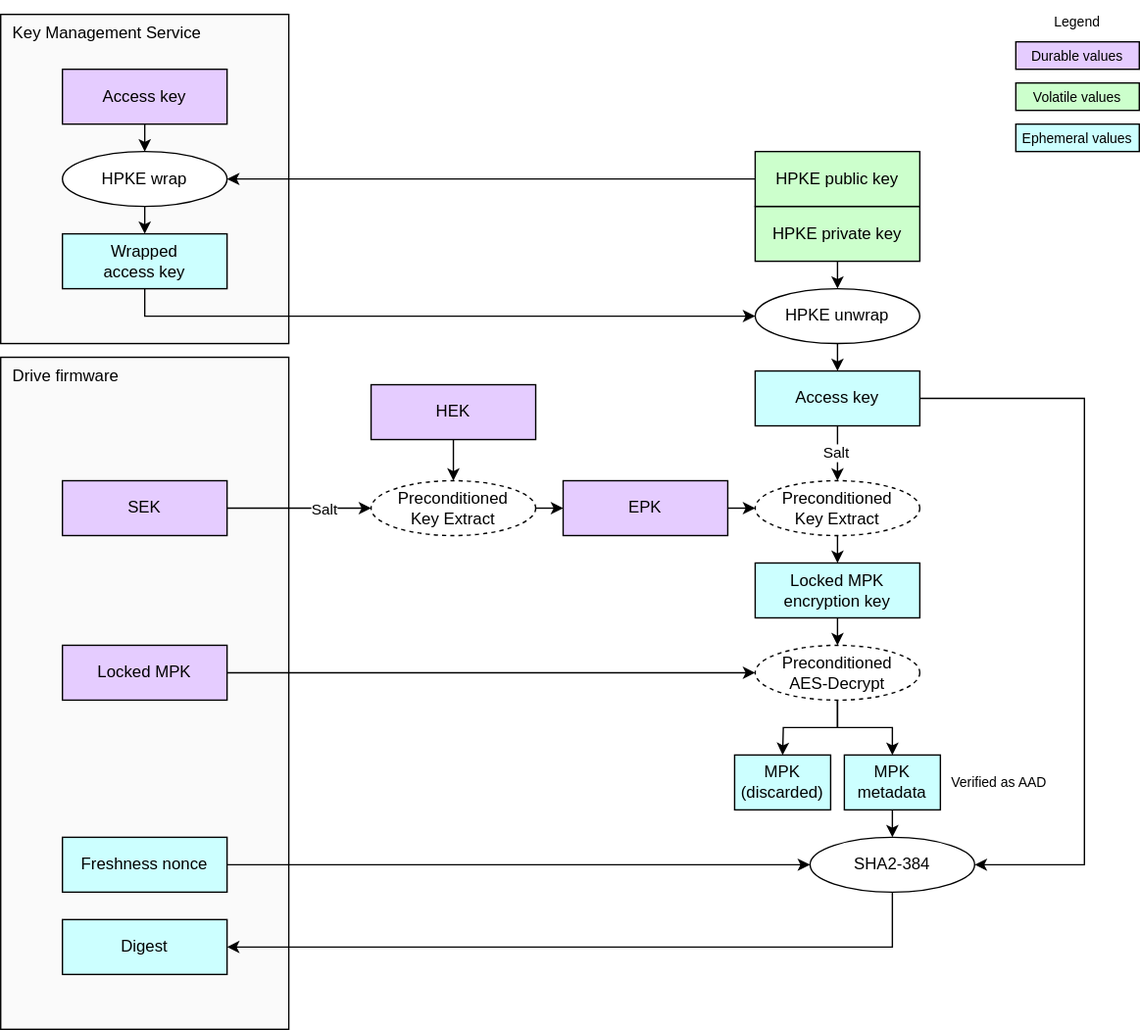
Before: doc/ocp_lock/diagrams/mpk_access_key_testing.drawio.svg, a diagram exported from draw.io (chipsalliance/Caliptra). Source tidied: cells renumbered, new cells last; positions are measured from the earlier drawing's top-left corner, leaving out a move shared by most shapes.
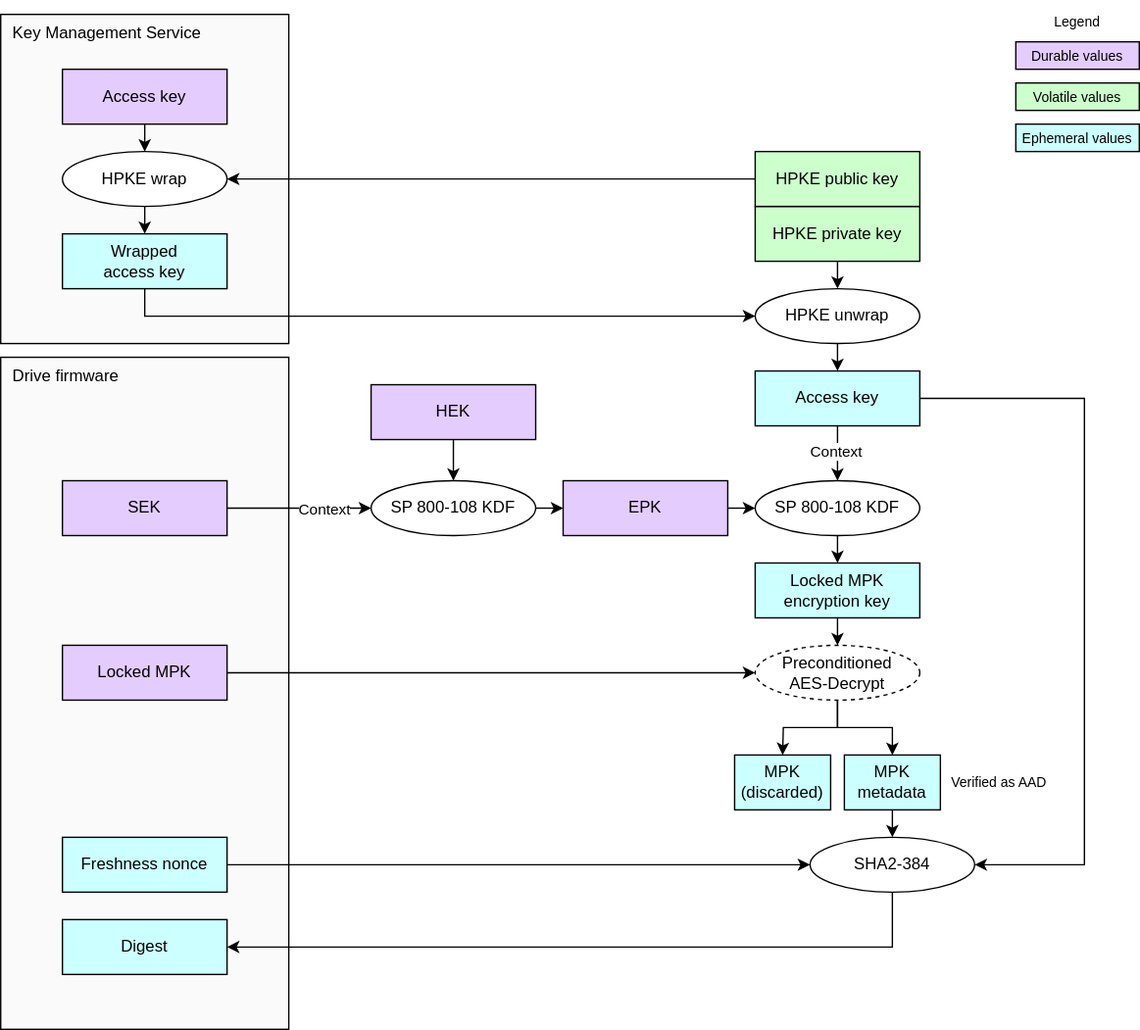
After the change.

Commit message:
Simplify LOCK to avoid use of preconditioned-key-extract.

Diff of the diagram source:
```diff
@@ -133,7 +133,7 @@
     <mxCell id="41" style="edgeStyle=none;html=1;exitX=1;exitY=0.5;exitDx=0;exitDy=0;entryX=0;entryY=0.5;entryDx=0;entryDy=0;" parent="1" edge="1" source="43" target="45">
       <mxGeometry relative="1" as="geometry" />
     </mxCell>
-    <mxCell id="42" value="Salt" style="edgeLabel;html=1;align=center;verticalAlign=middle;" parent="41" vertex="1">
+    <mxCell id="42" value="Context" style="edgeLabel;html=1;align=center;verticalAlign=middle;" parent="41" vertex="1">
       <mxGeometry x="0.3" y="2" relative="1" as="geometry">
         <mxPoint x="2" y="2" as="offset" />
       </mxGeometry>
@@ -144,7 +144,7 @@
     <mxCell id="44" style="edgeStyle=none;html=1;exitX=1;exitY=0.5;exitDx=0;exitDy=0;entryX=0;entryY=0.5;entryDx=0;entryDy=0;" parent="1" edge="1" source="45" target="47">
       <mxGeometry relative="1" as="geometry" />
     </mxCell>
-    <mxCell id="45" value="&lt;span style=&quot;color: rgb(0, 0, 0);&quot;&gt;Preconditioned&lt;/span&gt;&lt;div&gt;Key Extract&lt;/div&gt;" style="ellipse;whiteSpace=wrap;html=1;fillColor=#FFFFFF;dashed=1;" parent="1" vertex="1">
+    <mxCell id="45" value="SP 800-108 KDF" style="ellipse;whiteSpace=wrap;html=1;fillColor=#FFFFFF;" parent="1" vertex="1">
       <mxGeometry x="270" y="350" width="120" height="40" as="geometry" />
     </mxCell>
     <mxCell id="46" style="edgeStyle=none;html=1;exitX=1;exitY=0.5;exitDx=0;exitDy=0;entryX=0;entryY=0.5;entryDx=0;entryDy=0;" parent="1" edge="1" source="47" target="48">
@@ -153,14 +153,16 @@
     <mxCell id="47" value="&lt;div&gt;&lt;font color=&quot;#000000&quot;&gt;EPK&lt;/font&gt;&lt;/div&gt;" style="rounded=0;whiteSpace=wrap;html=1;align=center;verticalAlign=middle;shadow=0;glass=0;spacingLeft=0;spacingBottom=0;spacingTop=0;fillColor=#E5CCFF;" parent="1" vertex="1">
       <mxGeometry x="410" y="350" width="120" height="40" as="geometry" />
     </mxCell>
-    <mxCell id="48" value="&lt;span style=&quot;color: rgb(0, 0, 0);&quot;&gt;Preconditioned&lt;/span&gt;&lt;div&gt;Key Extract&lt;/div&gt;" style="ellipse;whiteSpace=wrap;html=1;fillColor=#FFFFFF;dashed=1;" parent="1" vertex="1">
+    <mxCell id="48" value="SP 800-108 KDF" style="ellipse;whiteSpace=wrap;html=1;fillColor=#FFFFFF;" parent="1" vertex="1">
       <mxGeometry x="550" y="350" width="120" height="40" as="geometry" />
     </mxCell>
     <mxCell id="49" style="edgeStyle=none;html=1;exitX=0.5;exitY=1;exitDx=0;exitDy=0;entryX=0.5;entryY=0;entryDx=0;entryDy=0;" parent="1" edge="1" source="27" target="48">
       <mxGeometry relative="1" as="geometry" />
     </mxCell>
-    <mxCell id="50" value="Salt" style="edgeLabel;html=1;align=center;verticalAlign=middle;" parent="49" vertex="1">
-      <mxGeometry x="-0.05" y="-2" relative="1" as="geometry" />
+    <mxCell id="50" value="Context" style="edgeLabel;html=1;align=center;verticalAlign=middle;" parent="49" vertex="1">
+      <mxGeometry x="-0.05" y="-2" relative="1" as="geometry">
+        <mxPoint y="-1" as="offset" />
+      </mxGeometry>
     </mxCell>
   </root>
 </mxGraphModel>
```
